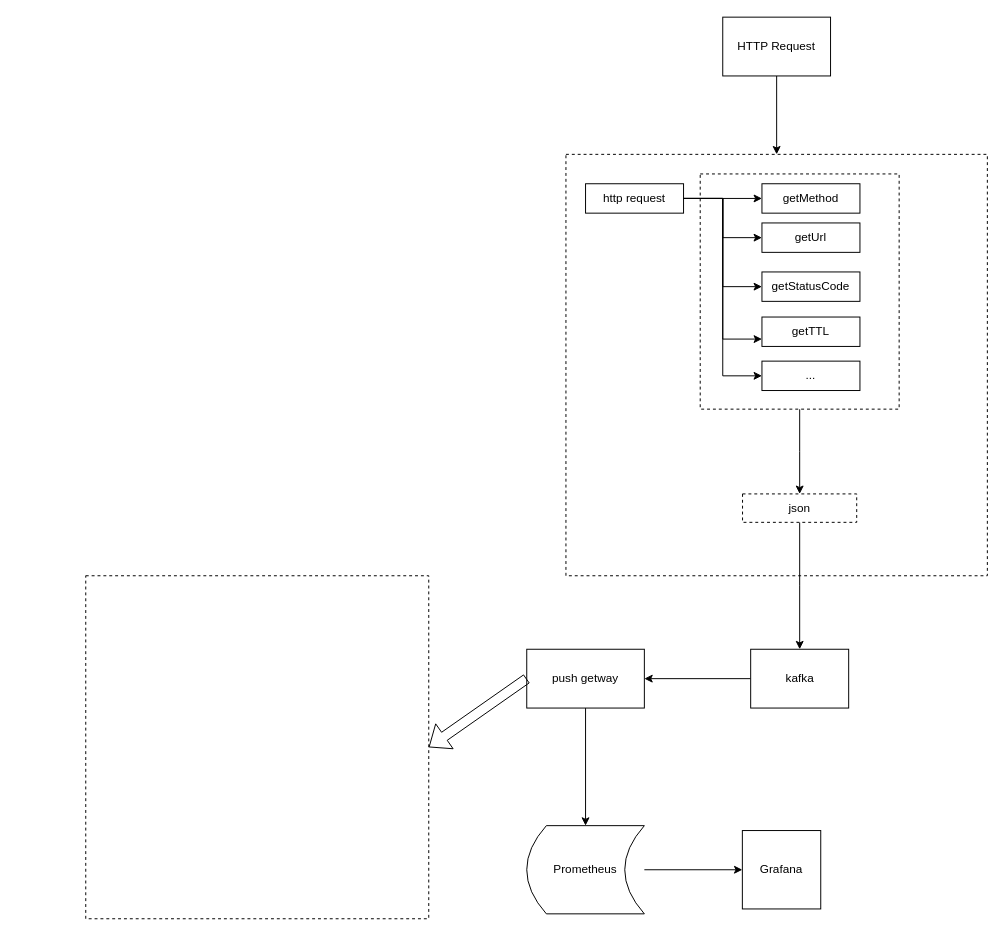
This is Untitled Diagram.drawio from hatAPP/justplay, a draw.io file, before an edit. Source tidied: cells renumbered, new cells numbered last; positions are measured from the earlier drawing's top-left corner, leaving out a move shared by most shapes. Both pictures are drawn from the tidied source at 98%, with x=0, y=0 at pixel (85, 17).
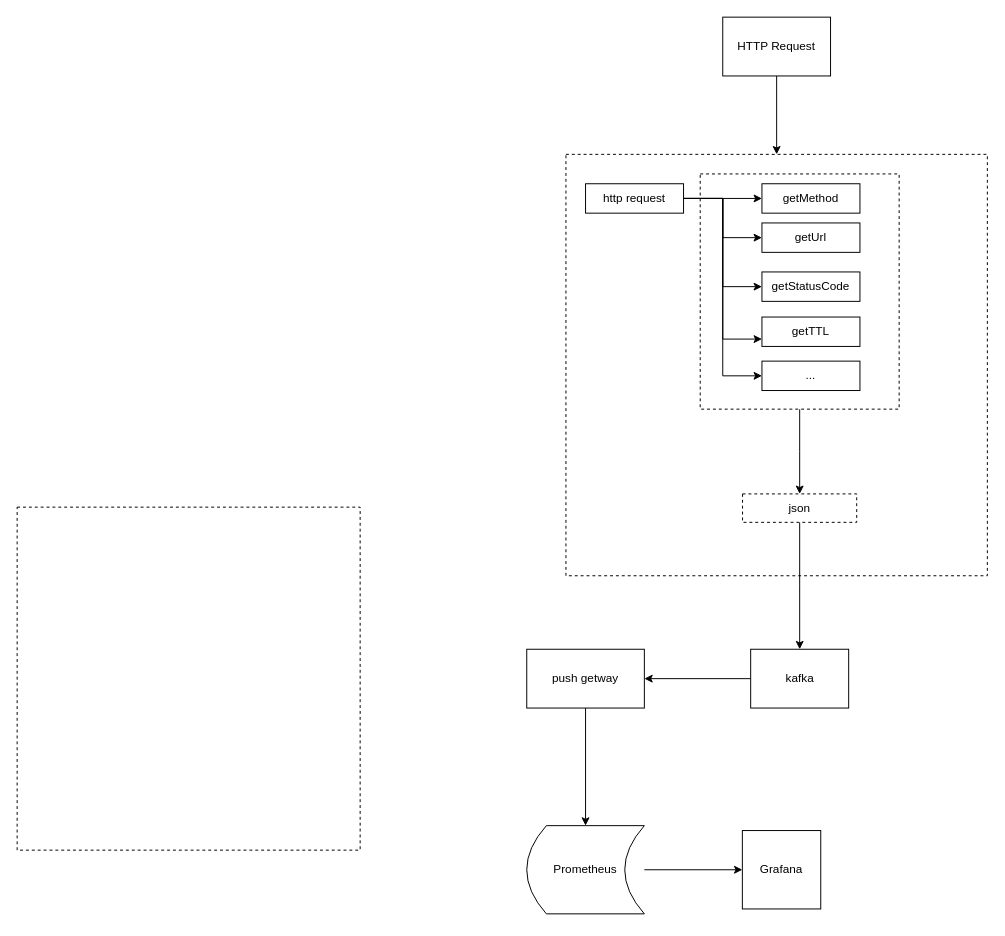
The same diagram, later.

Unchanged cells that the change refers to:
```xml
<mxCell id="10" value="push getway" style="rounded=0;whiteSpace=wrap;html=1;" parent="1" vertex="1">
  <mxGeometry x="450" y="645" width="120" height="60" as="geometry" />
</mxCell>
```

What changed in the source:
```diff
@@
     <mxCell id="14" style="whiteSpace=wrap;html=1;dashed=1;" parent="1" vertex="1">
-      <mxGeometry y="570" width="350" height="350" as="geometry" />
+      <mxGeometry x="-70" y="500" width="350" height="350" as="geometry" />
     </mxCell>
-    <mxCell id="15" style="shape=flexArrow;endArrow=classic;html=1;exitX=0;exitY=0.5;exitDx=0;exitDy=0;entryX=1;entryY=0.5;entryDx=0;entryDy=0;" parent="1" edge="1" source="10" target="14">
-      <mxGeometry relative="1" as="geometry" />
-    </mxCell>
```
